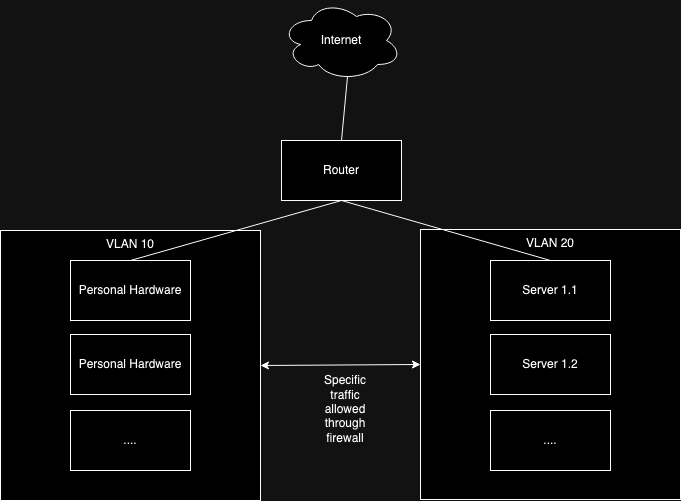
Earlier version of the draw.io export .attachements/Network-Diagram.png (Fauli/self-hosting). Source tidied: cells renumbered, new cells last; positions are measured from the earlier drawing's top-left corner, leaving out a move shared by most shapes.
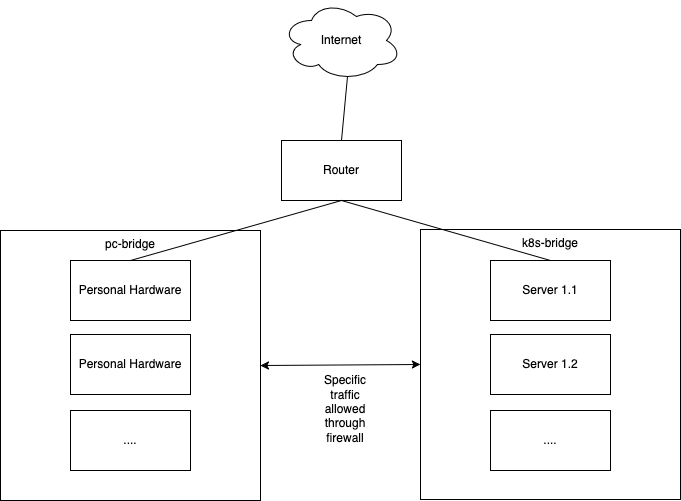
Above is the later version.

Commit message:
move from VLAN to bridges

Diff of the diagram source:
```diff
@@ -8,10 +8,10 @@
     <mxCell id="3" value="&lt;div&gt;Internet&lt;/div&gt;" style="ellipse;shape=cloud;whiteSpace=wrap;html=1;" parent="1" vertex="1">
       <mxGeometry x="281" width="120" height="80" as="geometry" />
     </mxCell>
-    <mxCell id="4" value="VLAN 10" style="rounded=0;whiteSpace=wrap;html=1;verticalAlign=top;" parent="1" vertex="1">
+    <mxCell id="4" value="pc-bridge" style="rounded=0;whiteSpace=wrap;html=1;verticalAlign=top;" parent="1" vertex="1">
       <mxGeometry y="230" width="260" height="270" as="geometry" />
     </mxCell>
-    <mxCell id="5" value="&lt;div&gt;VLAN 20&lt;br&gt;&lt;/div&gt;" style="rounded=0;whiteSpace=wrap;html=1;align=center;verticalAlign=top;" parent="1" vertex="1">
+    <mxCell id="5" value="k8s-bridge" style="rounded=0;whiteSpace=wrap;html=1;align=center;verticalAlign=top;" parent="1" vertex="1">
       <mxGeometry x="420" y="229" width="260" height="270" as="geometry" />
     </mxCell>
     <mxCell id="6" value="Personal Hardware" style="rounded=0;whiteSpace=wrap;html=1;" parent="1" vertex="1">
```
